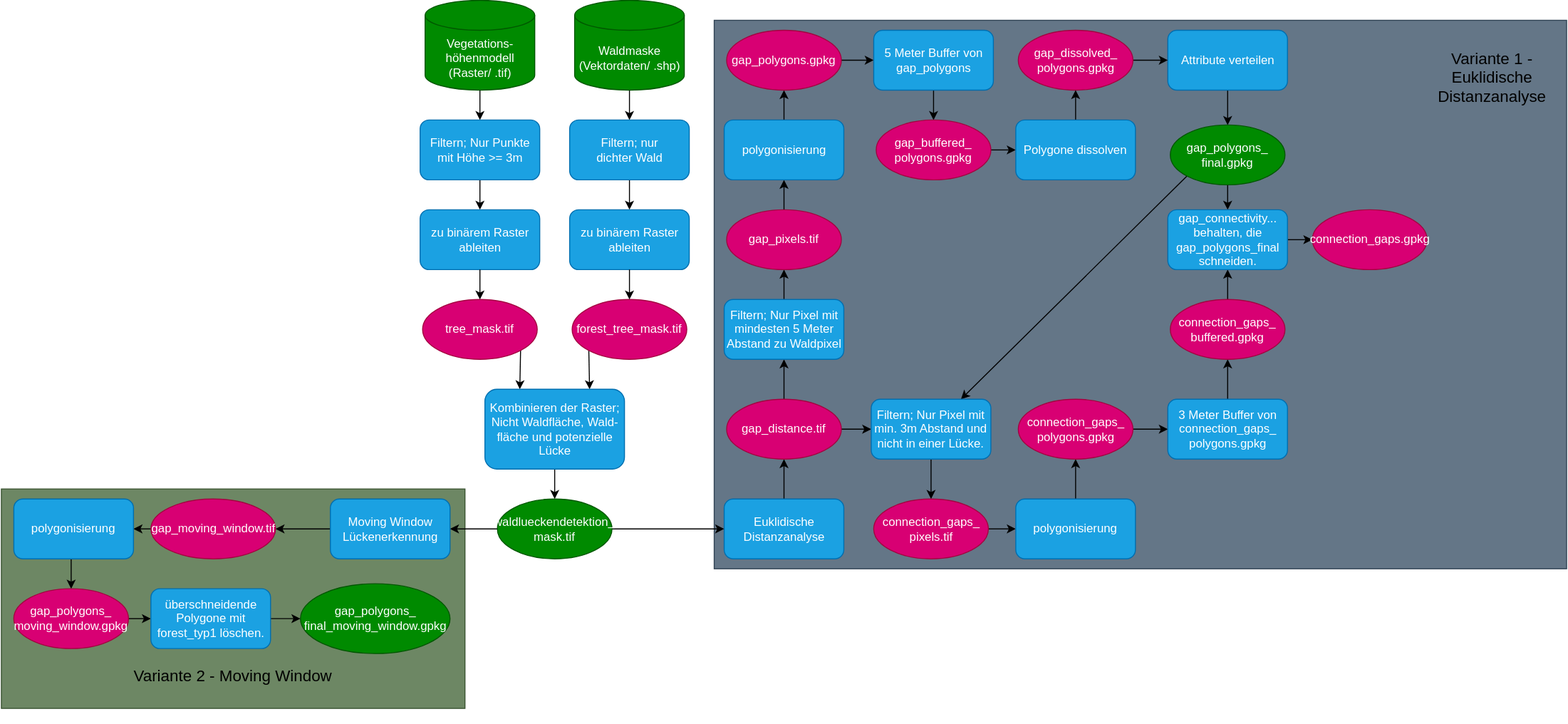
The draw.io diagram Lueckendetektion.drawio.svg in liobio72/Lueckendetektion, before a commit. Source tidied: cells renumbered, new cells last; positions are measured from the earlier drawing's top-left corner, leaving out a move shared by most shapes.
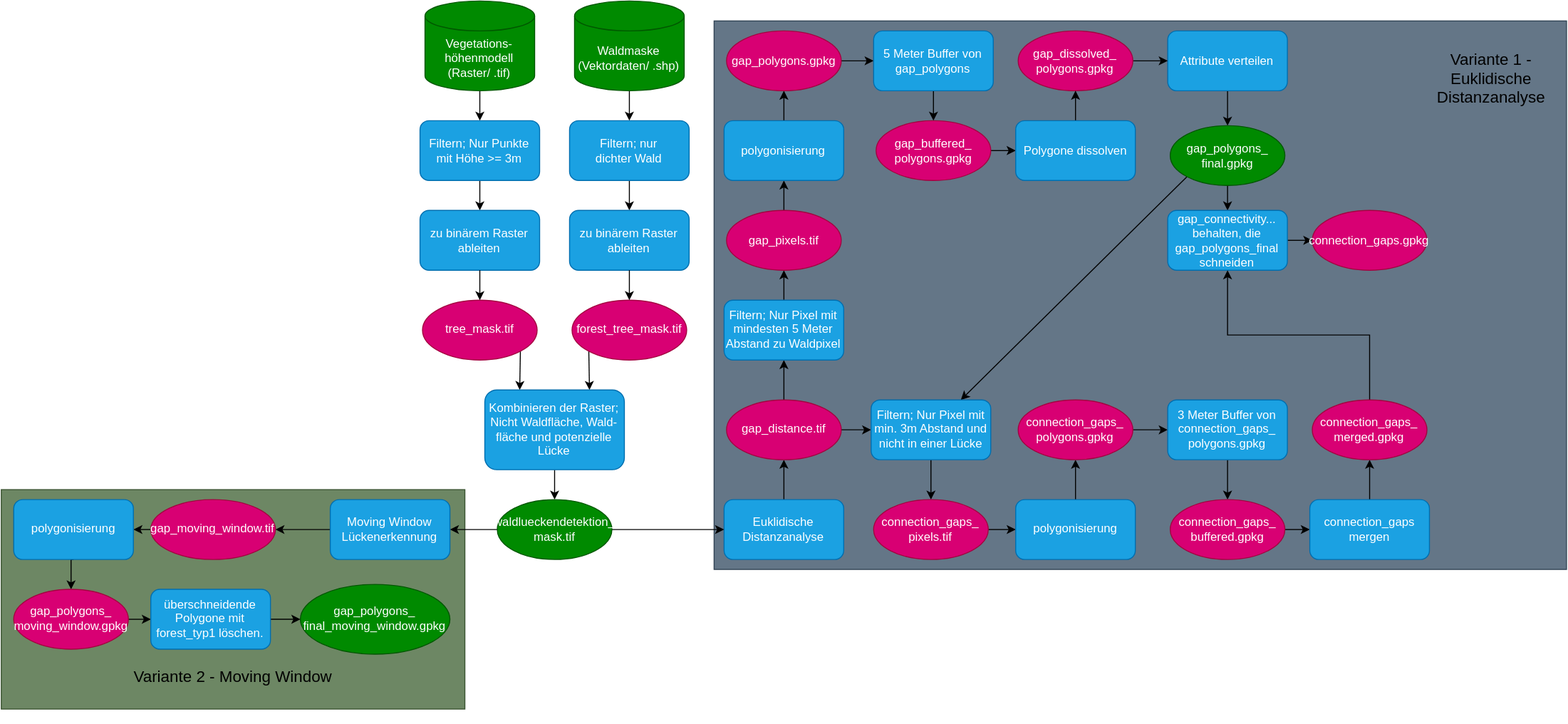
After the change.

Diff of the diagram source:
```diff
@@ -191,7 +191,7 @@
     <mxCell id="64" style="edgeStyle=orthogonalEdgeStyle;rounded=0;jettySize=auto;html=1;exitX=0.5;exitY=1;exitDx=0;exitDy=0;entryX=0.5;entryY=0;entryDx=0;entryDy=0;" parent="1" edge="1" source="65" target="67">
       <mxGeometry relative="1" as="geometry" />
     </mxCell>
-    <mxCell id="65" value="Filtern; Nur Pixel mit min. 3m Abstand und nicht in einer Lücke." style="rounded=1;whiteSpace=wrap;html=1;fillColor=#1ba1e2;fontColor=#ffffff;strokeColor=#006EAF;" parent="1" vertex="1">
+    <mxCell id="65" value="Filtern; Nur Pixel mit min. 3m Abstand und nicht in einer Lücke" style="rounded=1;whiteSpace=wrap;html=1;fillColor=#1ba1e2;fontColor=#ffffff;strokeColor=#006EAF;" parent="1" vertex="1">
       <mxGeometry x="872.5" y="400" width="120" height="60" as="geometry" />
     </mxCell>
     <mxCell id="66" style="edgeStyle=orthogonalEdgeStyle;rounded=0;jettySize=auto;html=1;exitX=1;exitY=0.5;exitDx=0;exitDy=0;entryX=0;entryY=0.5;entryDx=0;entryDy=0;" parent="1" edge="1" source="67" target="69">
@@ -212,26 +212,38 @@
     <mxCell id="71" value="connection_gaps_&lt;div&gt;polygons.gpkg&lt;/div&gt;" style="ellipse;whiteSpace=wrap;html=1;fillColor=#d80073;fontColor=#ffffff;strokeColor=#A50040;" parent="1" vertex="1">
       <mxGeometry x="1020" y="400" width="115" height="60" as="geometry" />
     </mxCell>
-    <mxCell id="72" style="edgeStyle=orthogonalEdgeStyle;rounded=0;jettySize=auto;html=1;exitX=0.5;exitY=0;exitDx=0;exitDy=0;entryX=0.5;entryY=1;entryDx=0;entryDy=0;" parent="1" edge="1" source="73" target="75">
+    <mxCell id="72" style="edgeStyle=orthogonalEdgeStyle;rounded=0;jettySize=auto;html=1;exitX=0.5;exitY=1;exitDx=0;exitDy=0;entryX=0.5;entryY=0;entryDx=0;entryDy=0;" parent="1" edge="1" source="73" target="75">
       <mxGeometry relative="1" as="geometry" />
     </mxCell>
     <mxCell id="73" value="3 Meter Buffer von connection_gaps_&lt;div&gt;polygons.gpkg&lt;/div&gt;" style="rounded=1;whiteSpace=wrap;html=1;fillColor=#1ba1e2;fontColor=#ffffff;strokeColor=#006EAF;" parent="1" vertex="1">
       <mxGeometry x="1170" y="400" width="120" height="60" as="geometry" />
     </mxCell>
-    <mxCell id="74" style="edgeStyle=orthogonalEdgeStyle;rounded=0;jettySize=auto;html=1;exitX=0.5;exitY=0;exitDx=0;exitDy=0;entryX=0.5;entryY=1;entryDx=0;entryDy=0;" parent="1" edge="1" source="75" target="77">
-      <mxGeometry relative="1" as="geometry" />
-    </mxCell>
+    <mxCell id="79" style="edgeStyle=orthogonalEdgeStyle;rounded=0;jettySize=auto;html=1;exitX=1;exitY=0.5;exitDx=0;exitDy=0;entryX=0;entryY=0.5;entryDx=0;entryDy=0;" parent="1" edge="1" source="75" target="81">
+      <mxGeometry relative="1" as="geometry" />
+    </mxCell>
     <mxCell id="75" value="connection_gaps_&lt;div&gt;buffered&lt;span style=&quot;background-color: transparent; color: light-dark(rgb(255, 255, 255), rgb(18, 18, 18));&quot;&gt;.gpkg&lt;/span&gt;&lt;/div&gt;" style="ellipse;whiteSpace=wrap;html=1;fillColor=#d80073;fontColor=#ffffff;strokeColor=#A50040;" parent="1" vertex="1">
-      <mxGeometry x="1172.5" y="300" width="115" height="60" as="geometry" />
+      <mxGeometry x="1172.5" y="500" width="115" height="60" as="geometry" />
     </mxCell>
     <mxCell id="76" style="edgeStyle=orthogonalEdgeStyle;rounded=0;jettySize=auto;html=1;exitX=1;exitY=0.5;exitDx=0;exitDy=0;entryX=0;entryY=0.5;entryDx=0;entryDy=0;" parent="1" edge="1" source="77" target="78">
       <mxGeometry relative="1" as="geometry" />
     </mxCell>
-    <mxCell id="77" value="gap_connectivity... behalten, die gap_polygons_final schneiden." style="rounded=1;whiteSpace=wrap;html=1;fillColor=#1ba1e2;fontColor=#ffffff;strokeColor=#006EAF;" parent="1" vertex="1">
+    <mxCell id="77" value="gap_connectivity... behalten, die gap_polygons_final schneiden" style="rounded=1;whiteSpace=wrap;html=1;fillColor=#1ba1e2;fontColor=#ffffff;strokeColor=#006EAF;" parent="1" vertex="1">
       <mxGeometry x="1170" y="210" width="120" height="60" as="geometry" />
     </mxCell>
     <mxCell id="78" value="&lt;div&gt;connection_gaps&lt;span style=&quot;background-color: transparent; color: light-dark(rgb(255, 255, 255), rgb(18, 18, 18));&quot;&gt;.gpkg&lt;/span&gt;&lt;/div&gt;" style="ellipse;whiteSpace=wrap;html=1;fillColor=#d80073;fontColor=#ffffff;strokeColor=#A50040;" parent="1" vertex="1">
       <mxGeometry x="1315" y="210" width="115" height="60" as="geometry" />
     </mxCell>
+    <mxCell id="80" style="edgeStyle=orthogonalEdgeStyle;rounded=0;jettySize=auto;html=1;exitX=0.5;exitY=0;exitDx=0;exitDy=0;entryX=0.5;entryY=1;entryDx=0;entryDy=0;" parent="1" edge="1" source="81" target="83">
+      <mxGeometry relative="1" as="geometry" />
+    </mxCell>
+    <mxCell id="81" value="connection_gaps&lt;div&gt;mergen&lt;/div&gt;" style="rounded=1;whiteSpace=wrap;html=1;fillColor=#1ba1e2;fontColor=#ffffff;strokeColor=#006EAF;" parent="1" vertex="1">
+      <mxGeometry x="1312.5" y="500" width="120" height="60" as="geometry" />
+    </mxCell>
+    <mxCell id="82" style="edgeStyle=orthogonalEdgeStyle;rounded=0;jettySize=auto;html=1;exitX=0.5;exitY=0;exitDx=0;exitDy=0;entryX=0.5;entryY=1;entryDx=0;entryDy=0;" parent="1" edge="1" source="83" target="77">
+      <mxGeometry relative="1" as="geometry" />
+    </mxCell>
+    <mxCell id="83" value="connection_gaps_&lt;div&gt;&lt;span style=&quot;background-color: transparent; color: light-dark(rgb(255, 255, 255), rgb(18, 18, 18));&quot;&gt;merged.gpkg&lt;/span&gt;&lt;/div&gt;" style="ellipse;whiteSpace=wrap;html=1;fillColor=#d80073;fontColor=#ffffff;strokeColor=#A50040;" parent="1" vertex="1">
+      <mxGeometry x="1315" y="400" width="115" height="60" as="geometry" />
+    </mxCell>
   </root>
 </mxGraphModel>
```
